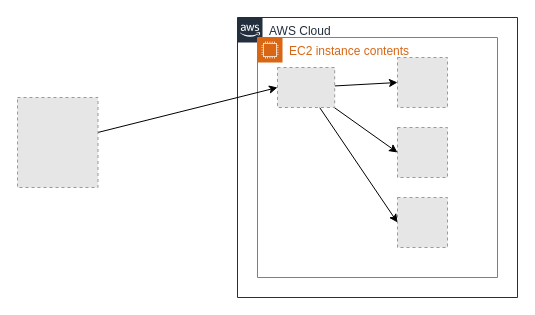
This is terraform/03-gitlab-runner-docker-aws-instance/gitlab-runner.drawio from vigneshsweekaran/assignments, a draw.io file, before an edit. Source tidied: cells renumbered, new cells numbered last; positions are measured from the earlier drawing's top-left corner, leaving out a move shared by most shapes. Both pictures are drawn from the tidied source at 100%, with x=0, y=0 at pixel (17, 17). Pictures stored in the file or linked from it are replaced by grey dashed boxes.
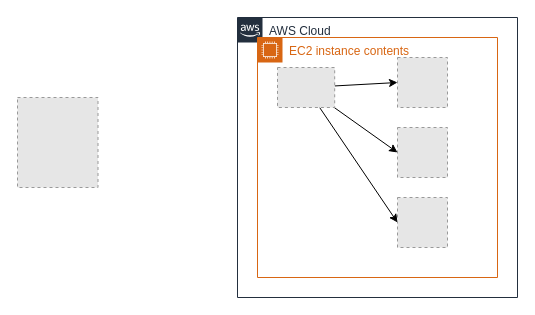
After the change.

Diff of the diagram source:
```diff
@@
 <mxGraphModel>
   <root>
     <mxCell id="0" />
     <mxCell id="1" parent="0" />
     <mxCell id="2" value="AWS Cloud" style="gradientColor=none;html=1;whiteSpace=wrap;fontSize=12;fontStyle=0;shape=mxgraph.aws4.group;grIcon=mxgraph.aws4.group_aws_cloud_alt;strokeColor=#232F3E;fillColor=none;verticalAlign=top;align=left;spacingLeft=30;fontColor=#232F3E;dashed=0;" parent="1" vertex="1">
       <mxGeometry x="220" width="280" height="280" as="geometry" />
     </mxCell>
     <mxCell id="3" value="EC2 instance contents" style="gradientColor=none;html=1;whiteSpace=wrap;fontSize=12;fontStyle=0;shape=mxgraph.aws4.group;grIcon=mxgraph.aws4.group_ec2_instance_contents;strokeColor=#D86613;fillColor=none;verticalAlign=top;align=left;spacingLeft=30;fontColor=#D86613;dashed=0;" parent="2" vertex="1">
       <mxGeometry x="20" y="20" width="240" height="240" as="geometry" />
     </mxCell>
     <mxCell id="4" style="edgeStyle=none;html=1;entryX=0;entryY=0.5;entryDx=0;entryDy=0;" parent="3" edge="1" source="7">
       <mxGeometry relative="1" as="geometry">
         <mxPoint x="140" y="45" as="targetPoint" />
       </mxGeometry>
     </mxCell>
     <mxCell id="5" style="edgeStyle=none;html=1;entryX=0;entryY=0.5;entryDx=0;entryDy=0;" parent="3" edge="1" source="7" target="10">
       <mxGeometry relative="1" as="geometry" />
     </mxCell>
     <mxCell id="6" style="edgeStyle=none;html=1;entryX=0;entryY=0.5;entryDx=0;entryDy=0;" parent="3" edge="1" source="7" target="9">
       <mxGeometry relative="1" as="geometry" />
     </mxCell>
     <mxCell id="7" style="fillColor=#E6E6E6;strokeColor=#999999;dashed=1;verticalLabelPosition=bottom;labelBackgroundColor=#ffffff;verticalAlign=top;" parent="3" vertex="1">
       <mxGeometry x="20" y="30" width="57.2" height="40" as="geometry" />
     </mxCell>
     <mxCell id="8" style="fillColor=#E6E6E6;strokeColor=#999999;dashed=1;verticalLabelPosition=bottom;labelBackgroundColor=#ffffff;verticalAlign=top;" parent="3" vertex="1">
       <mxGeometry x="140" y="20" width="50" height="50" as="geometry" />
     </mxCell>
     <mxCell id="9" style="fillColor=#E6E6E6;strokeColor=#999999;dashed=1;verticalLabelPosition=bottom;labelBackgroundColor=#ffffff;verticalAlign=top;" parent="3" vertex="1">
       <mxGeometry x="140" y="160" width="50" height="50" as="geometry" />
     </mxCell>
     <mxCell id="10" style="fillColor=#E6E6E6;strokeColor=#999999;dashed=1;verticalLabelPosition=bottom;labelBackgroundColor=#ffffff;verticalAlign=top;" parent="3" vertex="1">
       <mxGeometry x="140" y="90" width="50" height="50" as="geometry" />
     </mxCell>
-    <mxCell id="11" style="edgeStyle=none;html=1;entryX=0;entryY=0.5;entryDx=0;entryDy=0;" parent="1" edge="1" source="12" target="7">
-      <mxGeometry relative="1" as="geometry" />
-    </mxCell>
     <mxCell id="12" style="fillColor=#E6E6E6;strokeColor=#999999;dashed=1;verticalLabelPosition=bottom;labelBackgroundColor=#ffffff;verticalAlign=top;" parent="1" vertex="1">
       <mxGeometry y="80" width="80.5" height="90" as="geometry" />
     </mxCell>
   </root>
 </mxGraphModel>
```
